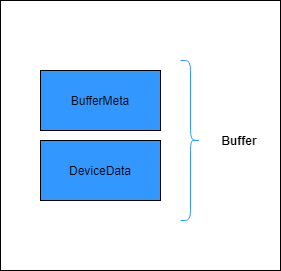
The draw.io diagram assets/images/figure/conception-feature/conception/buffer_construct.png in modelbox-ai/modelbox-book, before a commit. Source tidied: cells renumbered, new cells last; positions are measured from the earlier drawing's top-left corner, leaving out a move shared by most shapes. Source of this version:
```xml
<mxGraphModel>
  <root>
    <mxCell id="0" />
    <mxCell id="1" parent="0" />
    <mxCell id="2" style="rounded=0;whiteSpace=wrap;html=1;fillColor=#FFFFFF;" parent="1" vertex="1">
      <mxGeometry width="280" height="270" as="geometry" />
    </mxCell>
    <mxCell id="3" value="BufferMeta" style="rounded=0;whiteSpace=wrap;html=1;fillColor=#3298FF;" parent="1" vertex="1">
      <mxGeometry x="40" y="70" width="120" height="60" as="geometry" />
    </mxCell>
    <mxCell id="4" value="DeviceData" style="rounded=0;whiteSpace=wrap;html=1;fillColor=#3298FF;" parent="1" vertex="1">
      <mxGeometry x="40" y="140" width="120" height="60" as="geometry" />
    </mxCell>
    <mxCell id="5" style="shape=curlyBracket;whiteSpace=wrap;html=1;rounded=1;flipH=1;strokeColor=#3298FF;" parent="1" vertex="1">
      <mxGeometry x="180" y="60" width="20" height="160" as="geometry" />
    </mxCell>
    <mxCell id="6" value="Buffer" style="text;html=1;strokeColor=#FFFFFF;fillColor=none;align=center;verticalAlign=middle;whiteSpace=wrap;rounded=0;fontColor=#000000;fontStyle=1;" parent="1" vertex="1">
      <mxGeometry x="209" y="125" width="60" height="30" as="geometry" />
    </mxCell>
  </root>
</mxGraphModel>
```
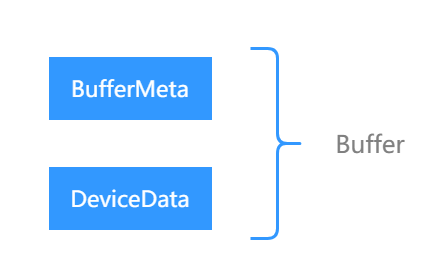
Above is the later version.

Change to the diagram source:
```diff
@@ -2,20 +2,20 @@
   <root>
     <mxCell id="0" />
     <mxCell id="1" parent="0" />
-    <mxCell id="2" style="rounded=0;whiteSpace=wrap;html=1;fillColor=#FFFFFF;" parent="1" vertex="1">
-      <mxGeometry width="280" height="270" as="geometry" />
+    <mxCell id="2" style="rounded=0;whiteSpace=wrap;html=1;fillColor=#FFFFFF;fontSize=24;strokeWidth=3;fontStyle=0;fontFamily=Microsoft YaHei;strokeColor=#FFFFFF;" parent="1" vertex="1">
+      <mxGeometry x="21" y="3" width="440" height="270" as="geometry" />
     </mxCell>
-    <mxCell id="3" value="BufferMeta" style="rounded=0;whiteSpace=wrap;html=1;fillColor=#3298FF;" parent="1" vertex="1">
-      <mxGeometry x="40" y="70" width="120" height="60" as="geometry" />
+    <mxCell id="3" value="BufferMeta" style="rounded=0;whiteSpace=wrap;html=1;fillColor=#3298FF;fontSize=22;strokeWidth=3;fontStyle=0;strokeColor=#3298FF;fontFamily=Microsoft YaHei;fontColor=#FFFFFF;" parent="1" vertex="1">
+      <mxGeometry x="70" y="60" width="160" height="60" as="geometry" />
     </mxCell>
-    <mxCell id="4" value="DeviceData" style="rounded=0;whiteSpace=wrap;html=1;fillColor=#3298FF;" parent="1" vertex="1">
-      <mxGeometry x="40" y="140" width="120" height="60" as="geometry" />
+    <mxCell id="4" value="DeviceData" style="rounded=0;whiteSpace=wrap;html=1;fillColor=#3298FF;fontSize=22;strokeWidth=3;fontStyle=0;strokeColor=#3298FF;fontFamily=Microsoft YaHei;fontColor=#FFFFFF;" parent="1" vertex="1">
+      <mxGeometry x="70" y="170" width="160" height="60" as="geometry" />
     </mxCell>
-    <mxCell id="5" style="shape=curlyBracket;whiteSpace=wrap;html=1;rounded=1;flipH=1;strokeColor=#3298FF;" parent="1" vertex="1">
-      <mxGeometry x="180" y="60" width="20" height="160" as="geometry" />
+    <mxCell id="5" style="shape=curlyBracket;whiteSpace=wrap;html=1;rounded=1;flipH=1;strokeColor=#3298FF;fontSize=24;strokeWidth=3;fontStyle=0;fontColor=#808080;fontFamily=Microsoft YaHei;" parent="1" vertex="1">
+      <mxGeometry x="270" y="50" width="54" height="190" as="geometry" />
     </mxCell>
-    <mxCell id="6" value="Buffer" style="text;html=1;strokeColor=#FFFFFF;fillColor=none;align=center;verticalAlign=middle;whiteSpace=wrap;rounded=0;fontColor=#000000;fontStyle=1;" parent="1" vertex="1">
-      <mxGeometry x="209" y="125" width="60" height="30" as="geometry" />
+    <mxCell id="6" value="Buffer" style="text;html=1;strokeColor=#FFFFFF;fillColor=none;align=center;verticalAlign=middle;whiteSpace=wrap;rounded=0;fontColor=#808080;fontStyle=0;fontSize=24;strokeWidth=3;fontFamily=Microsoft YaHei;" parent="1" vertex="1">
+      <mxGeometry x="360" y="130" width="60" height="30" as="geometry" />
     </mxCell>
   </root>
 </mxGraphModel>
```
